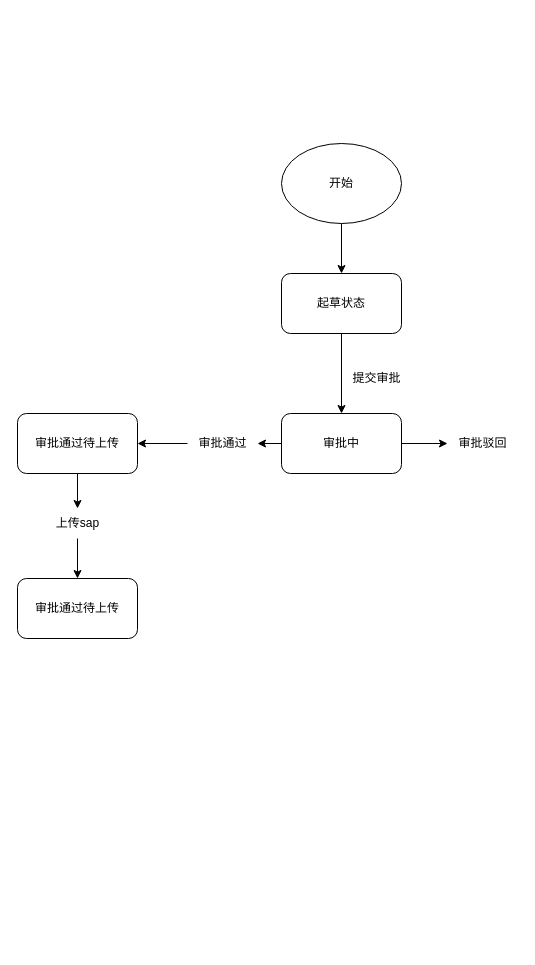
Earlier version of the draw.io diagram 未命名绘图.drawio (Leo-zwh/publishSystem). Source tidied: cells renumbered, new cells numbered last; positions are measured from the earlier drawing's top-left corner, leaving out a move shared by most shapes. Both pictures are drawn from the tidied source at 100%, with x=0, y=0 at pixel (17, 143).
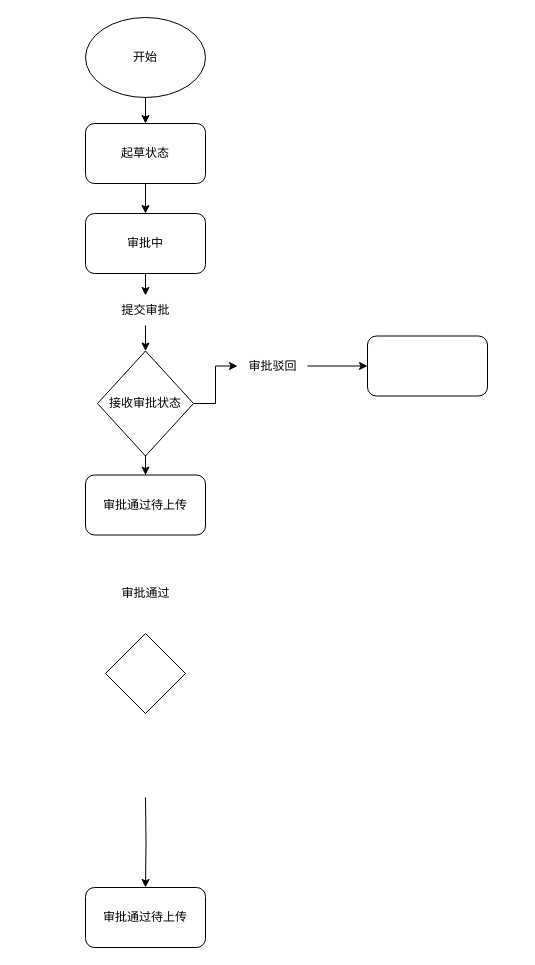
After the change.

Commit message (it also covers changes not shown here):
更新未命名绘图.drawio

The edit, as a diff of the source:
```diff
@@
     <mxCell id="3" value="开始" style="ellipse;whiteSpace=wrap;html=1;labelBackgroundColor=none;labelBorderColor=none;" parent="1" vertex="1">
-      <mxGeometry x="264" width="120" height="80" as="geometry" />
+      <mxGeometry x="68" y="-126" width="120" height="80" as="geometry" />
     </mxCell>
@@
     <mxCell id="5" value="起草状态" style="rounded=1;whiteSpace=wrap;html=1;" parent="1" vertex="1">
-      <mxGeometry x="264" y="130" width="120" height="60" as="geometry" />
+      <mxGeometry x="68" y="-20" width="120" height="60" as="geometry" />
     </mxCell>
-    <mxCell id="6" style="edgeStyle=orthogonalEdgeStyle;rounded=0;jettySize=auto;html=1;" parent="1" edge="1" source="8" target="15">
-      <mxGeometry relative="1" as="geometry" />
-    </mxCell>
-    <mxCell id="7" style="edgeStyle=orthogonalEdgeStyle;rounded=0;jettySize=auto;html=1;" parent="1" edge="1" source="8" target="12">
-      <mxGeometry relative="1" as="geometry" />
-    </mxCell>
+    <mxCell id="18" style="edgeStyle=orthogonalEdgeStyle;rounded=0;jettySize=auto;html=1;" parent="1" edge="1" source="9" target="21">
+      <mxGeometry relative="1" as="geometry" />
+    </mxCell>
     <mxCell id="8" value="审批中" style="rounded=1;whiteSpace=wrap;html=1;" parent="1" vertex="1">
-      <mxGeometry x="264" y="270" width="120" height="60" as="geometry" />
+      <mxGeometry x="68" y="70" width="120" height="60" as="geometry" />
     </mxCell>
-    <mxCell id="9" value="提交审批" style="text;html=1;align=center;verticalAlign=middle;points=[];strokeColor=none;fillColor=none;" parent="1" vertex="1">
-      <mxGeometry x="324" y="220" width="70" height="30" as="geometry" />
-    </mxCell>
     <mxCell id="10" value="审批通过待上传" style="rounded=1;whiteSpace=wrap;html=1;" parent="1" vertex="1">
-      <mxGeometry y="435" width="120" height="60" as="geometry" />
+      <mxGeometry x="68" y="744" width="120" height="60" as="geometry" />
     </mxCell>
-    <mxCell id="11" style="edgeStyle=orthogonalEdgeStyle;rounded=0;jettySize=auto;html=1;" parent="1" edge="1" source="12" target="14">
-      <mxGeometry relative="1" as="geometry" />
-    </mxCell>
     <mxCell id="12" value="审批通过" style="text;html=1;align=center;verticalAlign=middle;points=[];strokeColor=none;fillColor=none;" parent="1" vertex="1">
-      <mxGeometry x="170" y="285" width="70" height="30" as="geometry" />
+      <mxGeometry x="93" y="435" width="70" height="30" as="geometry" />
     </mxCell>
-    <mxCell id="13" style="edgeStyle=orthogonalEdgeStyle;rounded=0;jettySize=auto;html=1;" parent="1" edge="1" source="14" target="17">
-      <mxGeometry relative="1" as="geometry" />
-    </mxCell>
-    <mxCell id="14" value="审批通过待上传" style="rounded=1;whiteSpace=wrap;html=1;" parent="1" vertex="1">
-      <mxGeometry y="270" width="120" height="60" as="geometry" />
-    </mxCell>
+    <mxCell id="19" style="edgeStyle=orthogonalEdgeStyle;rounded=0;jettySize=auto;html=1;" parent="1" edge="1" source="15" target="22">
+      <mxGeometry relative="1" as="geometry" />
+    </mxCell>
     <mxCell id="15" value="审批驳回" style="text;html=1;align=center;verticalAlign=middle;points=[];strokeColor=none;fillColor=none;" parent="1" vertex="1">
-      <mxGeometry x="430" y="285" width="70" height="30" as="geometry" />
+      <mxGeometry x="220" y="207.5" width="70" height="30" as="geometry" />
     </mxCell>
-    <mxCell id="16" style="edgeStyle=orthogonalEdgeStyle;rounded=0;jettySize=auto;html=1;" parent="1" edge="1" source="17" target="10">
-      <mxGeometry relative="1" as="geometry" />
+    <mxCell id="16" style="edgeStyle=orthogonalEdgeStyle;rounded=0;jettySize=auto;html=1;" parent="1" edge="1" target="10">
+      <mxGeometry relative="1" as="geometry">
+        <mxPoint x="128" y="654" as="sourcePoint" />
+      </mxGeometry>
     </mxCell>
-    <mxCell id="17" value="上传sap" style="text;html=1;align=center;verticalAlign=middle;points=[];strokeColor=none;fillColor=none;" parent="1" vertex="1">
-      <mxGeometry x="25" y="365" width="70" height="30" as="geometry" />
-    </mxCell>
+    <mxCell id="20" style="edgeStyle=orthogonalEdgeStyle;rounded=0;jettySize=auto;html=1;" parent="1" edge="1" source="21" target="15">
+      <mxGeometry relative="1" as="geometry" />
+    </mxCell>
+    <mxCell id="21" value="接收审批状态" style="rhombus;whiteSpace=wrap;html=1;" parent="1" vertex="1">
+      <mxGeometry x="80" y="207.5" width="96" height="105" as="geometry" />
+    </mxCell>
+    <mxCell id="22" style="rounded=1;whiteSpace=wrap;html=1;" parent="1" vertex="1">
+      <mxGeometry x="350" y="192.5" width="120" height="60" as="geometry" />
+    </mxCell>
+    <mxCell id="23" style="rhombus;whiteSpace=wrap;html=1;" parent="1" vertex="1">
+      <mxGeometry x="88" y="490" width="80" height="80" as="geometry" />
+    </mxCell>
+    <mxCell id="24" style="edgeStyle=orthogonalEdgeStyle;rounded=0;jettySize=auto;html=1;" parent="1" edge="1" source="21" target="14">
+      <mxGeometry relative="1" as="geometry" />
+    </mxCell>
+    <mxCell id="14" value="审批通过待上传" style="rounded=1;whiteSpace=wrap;html=1;" parent="1" vertex="1">
+      <mxGeometry x="68" y="331.5" width="120" height="60" as="geometry" />
+    </mxCell>
+    <mxCell id="25" style="edgeStyle=orthogonalEdgeStyle;rounded=0;jettySize=auto;html=1;" parent="1" edge="1" source="8" target="9">
+      <mxGeometry relative="1" as="geometry" />
+    </mxCell>
+    <mxCell id="9" value="提交审批" style="text;html=1;align=center;verticalAlign=middle;points=[];strokeColor=none;fillColor=none;" parent="1" vertex="1">
+      <mxGeometry x="93" y="152" width="70" height="30" as="geometry" />
+    </mxCell>
```
